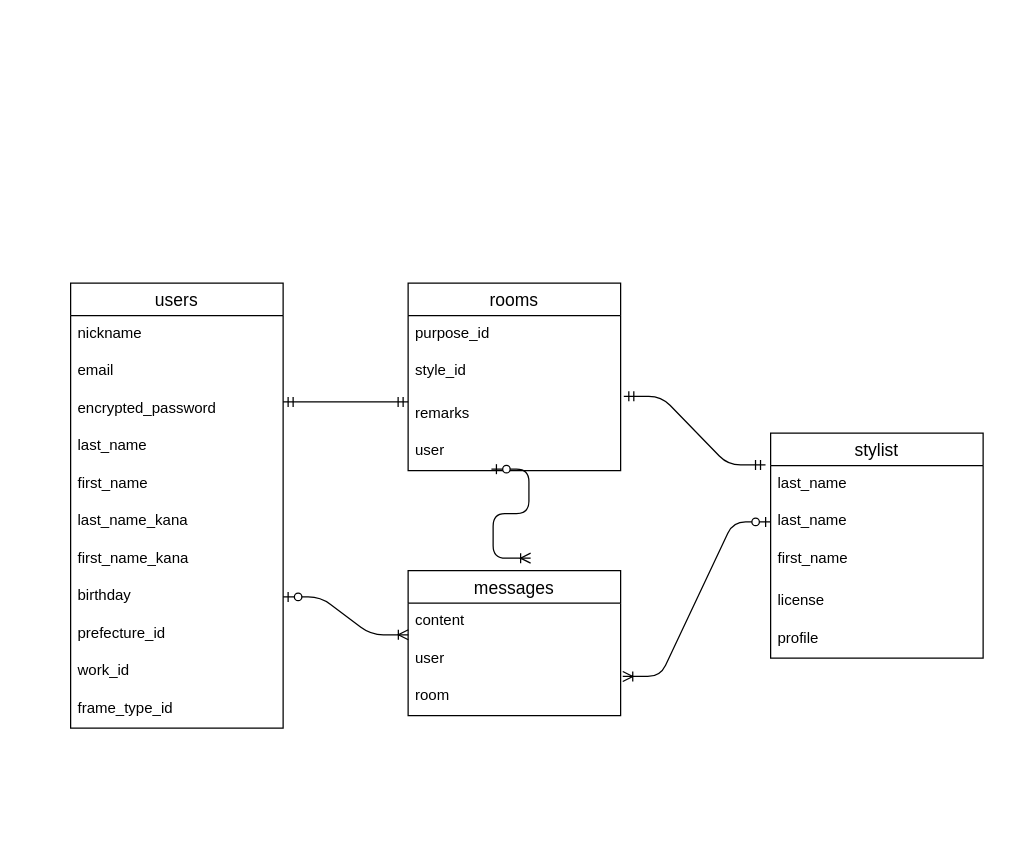
The draw.io diagram er.dio in rikako-yurino/Connect-Stylist, before the edit. Source tidied: cells renumbered, new cells numbered last; positions are measured from the earlier drawing's top-left corner, leaving out a move shared by most shapes. Both pictures are drawn from the tidied source at 125%, with x=0, y=0 at pixel (70, 282).
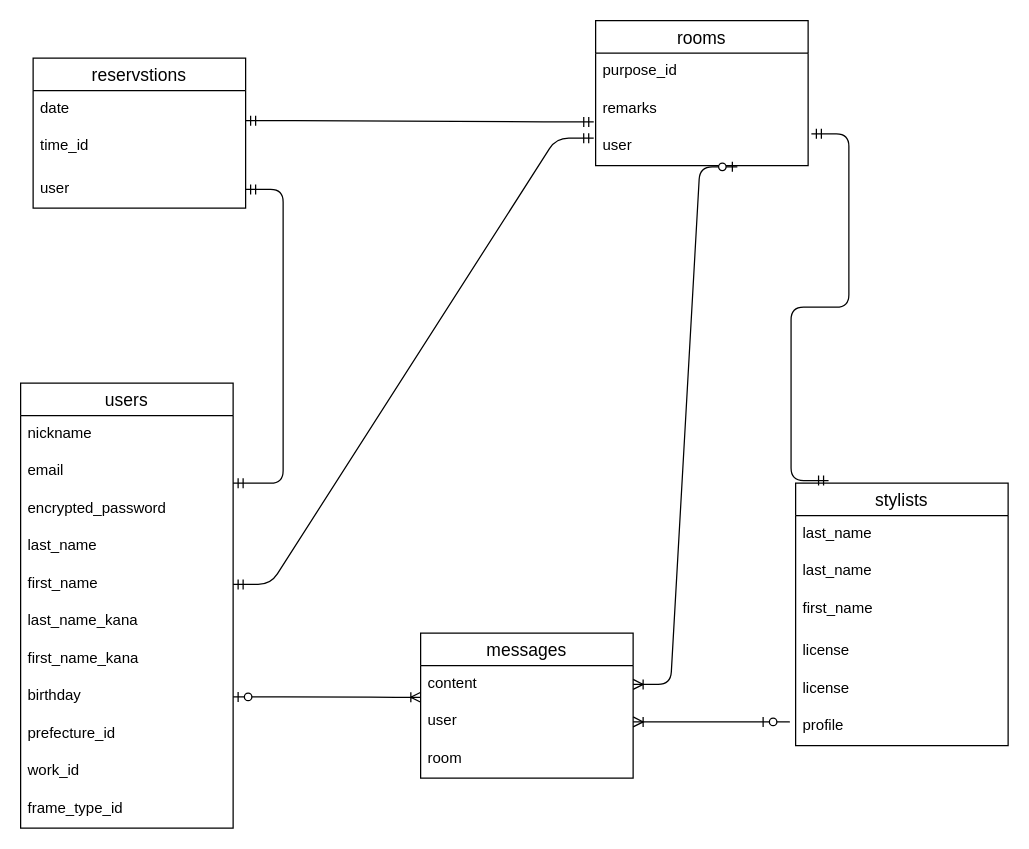
After the change.

The change refers to these unchanged cells:
```xml
<mxCell id="7" value="first_name" style="text;strokeColor=none;fillColor=none;spacingLeft=4;spacingRight=4;overflow=hidden;points=[[0,0.5],[1,0.5]];portConstraint=eastwest;fontSize=12;" parent="2" vertex="1">
  <mxGeometry y="146" width="170" height="30" as="geometry" />
</mxCell>
<mxCell id="20" value="content" style="text;strokeColor=none;fillColor=none;spacingLeft=4;spacingRight=4;overflow=hidden;points=[[0,0.5],[1,0.5]];portConstraint=eastwest;fontSize=12;" parent="19" vertex="1">
  <mxGeometry y="26" width="170" height="30" as="geometry" />
</mxCell>
<mxCell id="21" value="user" style="text;strokeColor=none;fillColor=none;spacingLeft=4;spacingRight=4;overflow=hidden;points=[[0,0.5],[1,0.5]];portConstraint=eastwest;fontSize=12;" parent="19" vertex="1">
  <mxGeometry y="56" width="170" height="30" as="geometry" />
</mxCell>
<mxCell id="22" value="room" style="text;strokeColor=none;fillColor=none;spacingLeft=4;spacingRight=4;overflow=hidden;points=[[0,0.5],[1,0.5]];portConstraint=eastwest;fontSize=12;" parent="19" vertex="1">
  <mxGeometry y="86" width="170" height="30" as="geometry" />
</mxCell>
<mxCell id="26" value="last_name" style="text;strokeColor=none;fillColor=none;spacingLeft=4;spacingRight=4;overflow=hidden;points=[[0,0.5],[1,0.5]];portConstraint=eastwest;fontSize=12;" parent="25" vertex="1">
  <mxGeometry y="26" width="170" height="30" as="geometry" />
</mxCell>
<mxCell id="27" value="last_name" style="text;strokeColor=none;fillColor=none;spacingLeft=4;spacingRight=4;overflow=hidden;points=[[0,0.5],[1,0.5]];portConstraint=eastwest;fontSize=12;" parent="25" vertex="1">
  <mxGeometry y="56" width="170" height="30" as="geometry" />
</mxCell>
```

Diff of the diagram source:
```diff
@@
     <mxCell id="2" value="users" style="swimlane;fontStyle=0;horizontal=1;startSize=26;align=center;fontSize=14;" parent="1" vertex="1">
-      <mxGeometry width="170" height="356" as="geometry" />
+      <mxGeometry x="-40" y="80" width="170" height="356" as="geometry" />
     </mxCell>
@@
     <mxCell id="14" value="rooms" style="swimlane;fontStyle=0;horizontal=1;startSize=26;align=center;fontSize=14;" parent="1" vertex="1">
-      <mxGeometry x="270" width="170" height="150" as="geometry" />
+      <mxGeometry x="420" y="-210" width="170" height="116" as="geometry" />
     </mxCell>
@@
-    <mxCell id="16" value="style_id" style="text;strokeColor=none;fillColor=none;spacingLeft=4;spacingRight=4;overflow=hidden;points=[[0,0.5],[1,0.5]];portConstraint=eastwest;fontSize=12;" parent="14" vertex="1">
-      <mxGeometry y="56" width="170" height="34" as="geometry" />
-    </mxCell>
     <mxCell id="17" value="remarks" style="text;strokeColor=none;fillColor=none;spacingLeft=4;spacingRight=4;overflow=hidden;points=[[0,0.5],[1,0.5]];portConstraint=eastwest;fontSize=12;" parent="14" vertex="1">
-      <mxGeometry y="90" width="170" height="30" as="geometry" />
+      <mxGeometry y="56" width="170" height="30" as="geometry" />
     </mxCell>
     <mxCell id="18" value="user" style="text;strokeColor=none;fillColor=none;spacingLeft=4;spacingRight=4;overflow=hidden;points=[[0,0.5],[1,0.5]];portConstraint=eastwest;fontSize=12;" parent="14" vertex="1">
-      <mxGeometry y="120" width="170" height="30" as="geometry" />
+      <mxGeometry y="86" width="170" height="30" as="geometry" />
     </mxCell>
     <mxCell id="19" value="messages" style="swimlane;fontStyle=0;horizontal=1;startSize=26;align=center;fontSize=14;" parent="1" vertex="1">
-      <mxGeometry x="270" y="230" width="170" height="116" as="geometry" />
+      <mxGeometry x="280" y="280" width="170" height="116" as="geometry" />
     </mxCell>
@@
-    <mxCell id="23" style="edgeStyle=entityRelationEdgeStyle;fontSize=12;html=1;endArrow=ERoneToMany;startArrow=ERzeroToOne;exitX=0.392;exitY=0.961;exitDx=0;exitDy=0;exitPerimeter=0;" parent="1" edge="1" source="18">
-      <mxGeometry relative="1" as="geometry">
-        <mxPoint x="368" y="220" as="targetPoint" />
-      </mxGeometry>
+    <mxCell id="23" style="edgeStyle=entityRelationEdgeStyle;fontSize=12;html=1;endArrow=ERoneToMany;startArrow=ERzeroToOne;exitX=0.667;exitY=1.033;exitDx=0;exitDy=0;exitPerimeter=0;entryX=1;entryY=0.5;entryDx=0;entryDy=0;" parent="1" edge="1" source="18" target="20">
+      <mxGeometry relative="1" as="geometry" />
     </mxCell>
@@
-    <mxCell id="25" value="stylist" style="swimlane;fontStyle=0;horizontal=1;startSize=26;align=center;fontSize=14;" parent="1" vertex="1">
-      <mxGeometry x="560" y="120" width="170" height="180" as="geometry" />
+    <mxCell id="25" value="stylists" style="swimlane;fontStyle=0;horizontal=1;startSize=26;align=center;fontSize=14;" parent="1" vertex="1">
+      <mxGeometry x="580" y="160" width="170" height="210" as="geometry" />
     </mxCell>
@@
+    <mxCell id="34" value="license" style="text;strokeColor=none;fillColor=none;spacingLeft=4;spacingRight=4;overflow=hidden;fontSize=12;" parent="25" vertex="1">
+      <mxGeometry y="120" width="170" height="30" as="geometry" />
+    </mxCell>
     <mxCell id="29" value="license" style="text;strokeColor=none;fillColor=none;spacingLeft=4;spacingRight=4;overflow=hidden;fontSize=12;" parent="25" vertex="1">
-      <mxGeometry y="120" width="170" height="30" as="geometry" />
+      <mxGeometry y="150" width="170" height="30" as="geometry" />
     </mxCell>
     <mxCell id="30" value="profile" style="text;strokeColor=none;fillColor=none;spacingLeft=4;spacingRight=4;overflow=hidden;fontSize=12;" parent="25" vertex="1">
-      <mxGeometry y="150" width="170" height="30" as="geometry" />
+      <mxGeometry y="180" width="170" height="30" as="geometry" />
     </mxCell>
-    <mxCell id="31" style="edgeStyle=entityRelationEdgeStyle;fontSize=12;html=1;endArrow=ERoneToMany;startArrow=ERzeroToOne;entryX=1.01;entryY=-0.044;entryDx=0;entryDy=0;entryPerimeter=0;exitX=0;exitY=0.5;exitDx=0;exitDy=0;" parent="1" edge="1" source="27" target="22">
-      <mxGeometry relative="1" as="geometry" />
+    <mxCell id="31" style="edgeStyle=entityRelationEdgeStyle;fontSize=12;html=1;endArrow=ERoneToMany;startArrow=ERzeroToOne;entryX=1;entryY=0.5;entryDx=0;entryDy=0;" parent="1" edge="1" target="21">
+      <mxGeometry relative="1" as="geometry">
+        <mxPoint x="550" y="351" as="sourcePoint" />
+      </mxGeometry>
     </mxCell>
-    <mxCell id="32" style="edgeStyle=entityRelationEdgeStyle;fontSize=12;html=1;endArrow=ERmandOne;startArrow=ERmandOne;entryX=-0.024;entryY=-0.017;entryDx=0;entryDy=0;entryPerimeter=0;exitX=1.015;exitY=1.015;exitDx=0;exitDy=0;exitPerimeter=0;" parent="1" edge="1" source="16" target="26">
-      <mxGeometry relative="1" as="geometry" />
+    <mxCell id="32" style="edgeStyle=entityRelationEdgeStyle;fontSize=12;html=1;endArrow=ERmandOne;startArrow=ERmandOne;entryX=0.155;entryY=-0.01;entryDx=0;entryDy=0;entryPerimeter=0;exitX=1.015;exitY=1.015;exitDx=0;exitDy=0;exitPerimeter=0;" parent="1" edge="1" target="25">
+      <mxGeometry relative="1" as="geometry">
+        <mxPoint x="592.6" y="-119.5" as="sourcePoint" />
+      </mxGeometry>
     </mxCell>
-    <mxCell id="33" style="edgeStyle=entityRelationEdgeStyle;fontSize=12;html=1;endArrow=ERmandOne;startArrow=ERmandOne;entryX=0;entryY=0.167;entryDx=0;entryDy=0;entryPerimeter=0;exitX=1.015;exitY=1.015;exitDx=0;exitDy=0;exitPerimeter=0;" parent="1" edge="1" target="17">
-      <mxGeometry relative="1" as="geometry">
-        <mxPoint x="170" y="95" as="sourcePoint" />
-      </mxGeometry>
+    <mxCell id="33" style="edgeStyle=entityRelationEdgeStyle;fontSize=12;html=1;endArrow=ERmandOne;startArrow=ERmandOne;entryX=-0.009;entryY=0.267;entryDx=0;entryDy=0;entryPerimeter=0;exitX=1;exitY=0.5;exitDx=0;exitDy=0;" parent="1" edge="1" source="7" target="18">
+      <mxGeometry relative="1" as="geometry" />
     </mxCell>
+    <mxCell id="35" value="reservstions" style="swimlane;fontStyle=0;horizontal=1;startSize=26;align=center;fontSize=14;" parent="1" vertex="1">
+      <mxGeometry x="-30" y="-180" width="170" height="120" as="geometry" />
+    </mxCell>
+    <mxCell id="36" value="date" style="text;strokeColor=none;fillColor=none;spacingLeft=4;spacingRight=4;overflow=hidden;fontSize=12;" parent="35" vertex="1">
+      <mxGeometry y="26" width="170" height="30" as="geometry" />
+    </mxCell>
+    <mxCell id="37" value="time_id" style="text;strokeColor=none;fillColor=none;spacingLeft=4;spacingRight=4;overflow=hidden;fontSize=12;" parent="35" vertex="1">
+      <mxGeometry y="56" width="170" height="34" as="geometry" />
+    </mxCell>
+    <mxCell id="38" value="user" style="text;strokeColor=none;fillColor=none;spacingLeft=4;spacingRight=4;overflow=hidden;points=[[0,0.5],[1,0.5]];portConstraint=eastwest;fontSize=12;" parent="35" vertex="1">
+      <mxGeometry y="90" width="170" height="30" as="geometry" />
+    </mxCell>
+    <mxCell id="39" style="edgeStyle=entityRelationEdgeStyle;fontSize=12;html=1;endArrow=ERmandOne;startArrow=ERmandOne;entryX=-0.009;entryY=0.735;entryDx=0;entryDy=0;entryPerimeter=0;" parent="1" edge="1">
+      <mxGeometry relative="1" as="geometry">
+        <mxPoint x="140" y="-130" as="sourcePoint" />
+        <mxPoint x="418.5" y="-129" as="targetPoint" />
+      </mxGeometry>
+    </mxCell>
+    <mxCell id="40" style="edgeStyle=entityRelationEdgeStyle;fontSize=12;html=1;endArrow=ERmandOne;startArrow=ERmandOne;exitX=1;exitY=0.5;exitDx=0;exitDy=0;" parent="1" edge="1" target="38">
+      <mxGeometry relative="1" as="geometry">
+        <mxPoint x="130" y="160" as="sourcePoint" />
+      </mxGeometry>
+    </mxCell>
```
